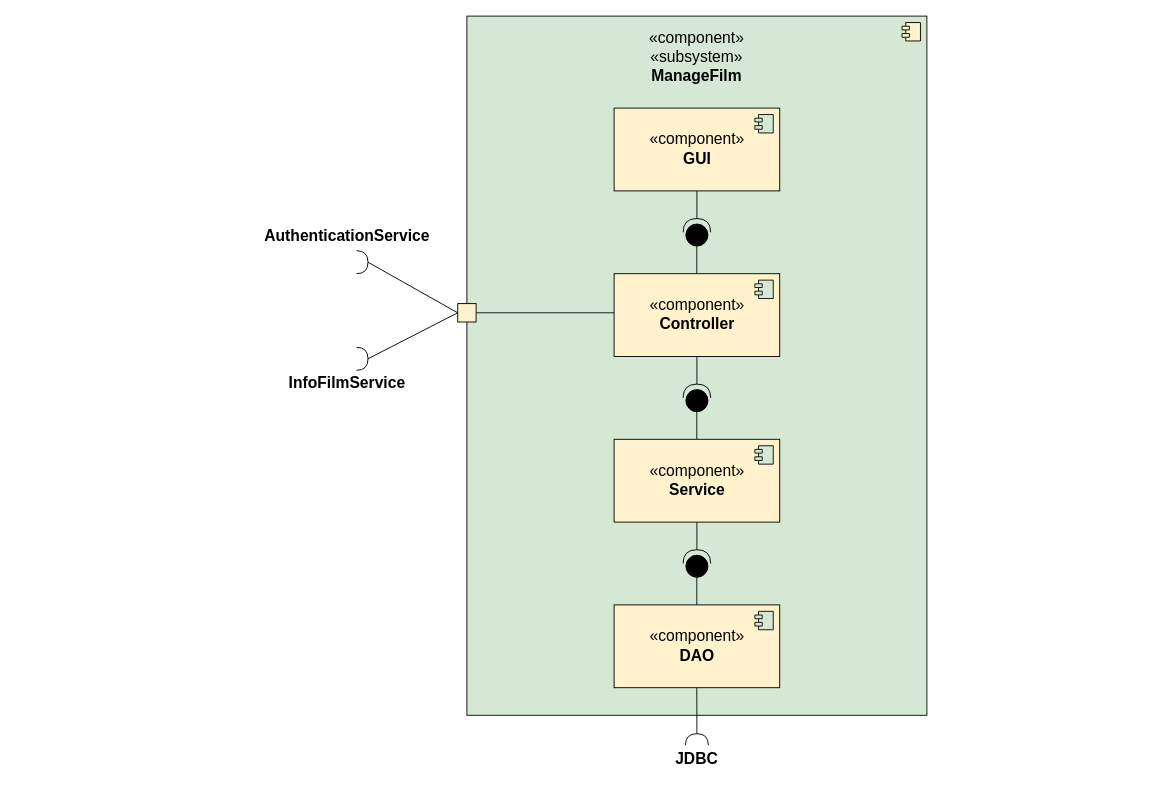
This is page "Page-3" (3 of 10) of Docs/Architectural Diagram.drawio from BlooDMasK/UniCinema, a draw.io file, before an edit. Source tidied: cells renumbered, new cells numbered last; positions are measured from the earlier drawing's top-left corner, leaving out a move shared by most shapes. Both pictures are drawn from the tidied source at 92%, with x=0, y=0 at pixel (319, 16).
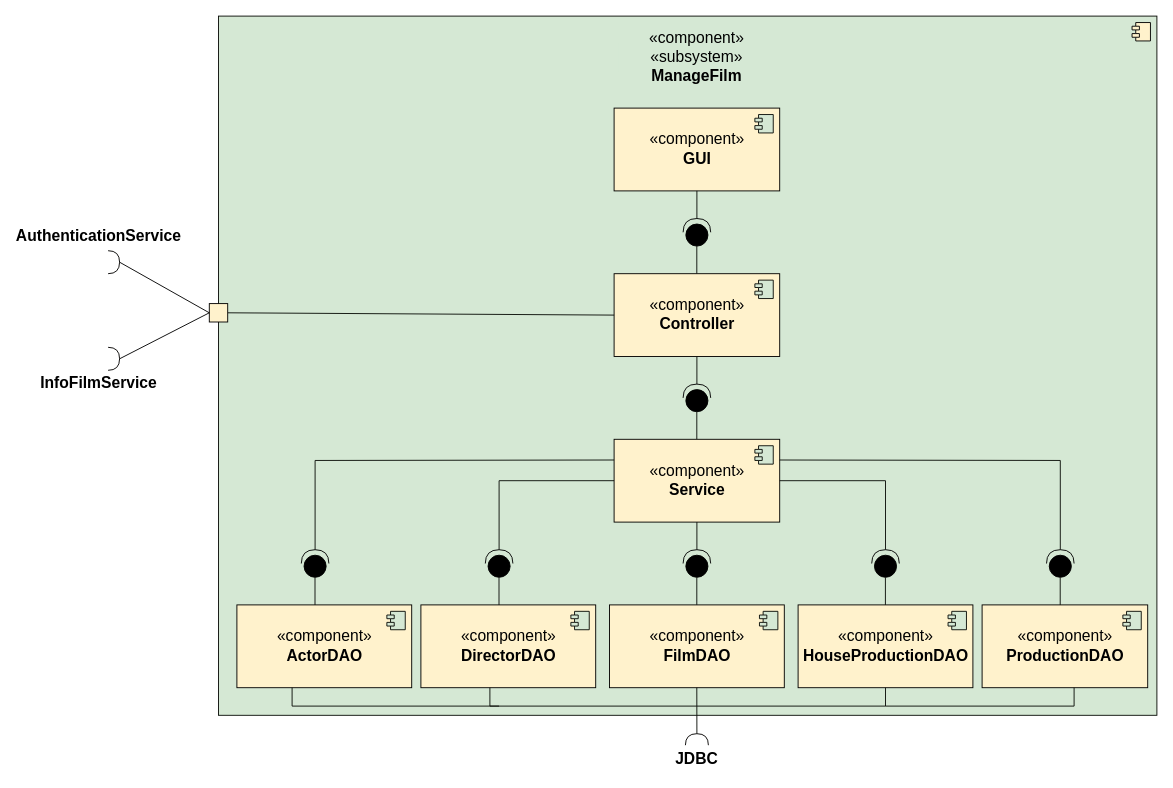
The same page after the edit.

Unchanged cells that the change refers to:
```xml
<mxCell id="10" value="«component»&lt;br&gt;&lt;b&gt;Controller&lt;/b&gt;" style="html=1;fontSize=17;strokeColor=#030201;fillColor=#fff2cc;" parent="1" vertex="1">
  <mxGeometry x="320" y="280" width="180" height="90" as="geometry" />
</mxCell>
<mxCell id="15" value="«component»&lt;br&gt;&lt;b&gt;Service&lt;/b&gt;" style="html=1;fontSize=17;strokeColor=#030201;fillColor=#fff2cc;" parent="1" vertex="1">
  <mxGeometry x="320" y="460" width="180" height="90" as="geometry" />
</mxCell>
```

The edit, as a diff of the source:
```diff
@@
     <mxCell id="2" style="html=1;fontSize=17;strokeColor=#090D07;fillColor=#d5e8d4;" parent="1" vertex="1">
-      <mxGeometry x="160" width="500" height="760" as="geometry" />
+      <mxGeometry x="-110" width="1020" height="760" as="geometry" />
     </mxCell>
@@
-    <mxCell id="20" value="«component»&lt;br&gt;&lt;b&gt;DAO&lt;/b&gt;" style="html=1;fontSize=17;strokeColor=#030201;fillColor=#fff2cc;" parent="1" vertex="1">
-      <mxGeometry x="320" y="640" width="180" height="90" as="geometry" />
+    <mxCell id="20" value="«component»&lt;br&gt;&lt;b&gt;FilmDAO&lt;/b&gt;" style="html=1;fontSize=17;strokeColor=#030201;fillColor=#fff2cc;" parent="1" vertex="1">
+      <mxGeometry x="315" y="640" width="190" height="90" as="geometry" />
     </mxCell>
@@
-    <mxCell id="25" style="endArrow=none;html=1;rounded=0;fontSize=17;strokeColor=#090D07;entryX=0;entryY=0.5;entryDx=0;entryDy=0;fillColor=#d5e8d4;exitX=1;exitY=0.5;exitDx=0;exitDy=0;" parent="1" edge="1" source="26">
-      <mxGeometry relative="1" as="geometry">
-        <mxPoint x="320" y="322.5" as="targetPoint" />
-      </mxGeometry>
+    <mxCell id="25" style="endArrow=none;html=1;rounded=0;fontSize=17;strokeColor=#090D07;entryX=0;entryY=0.5;entryDx=0;entryDy=0;fillColor=#d5e8d4;exitX=1;exitY=0.5;exitDx=0;exitDy=0;" parent="1" edge="1" source="26" target="10">
+      <mxGeometry relative="1" as="geometry" />
     </mxCell>
     <mxCell id="26" style="whiteSpace=wrap;html=1;fillColor=#fff2cc;strokeColor=#030201;" parent="1" vertex="1">
-      <mxGeometry x="150" y="312.5" width="20" height="20" as="geometry" />
+      <mxGeometry x="-120" y="312.5" width="20" height="20" as="geometry" />
     </mxCell>
     <mxCell id="27" style="shape=requiredInterface;html=1;verticalLabelPosition=bottom;sketch=0;strokeColor=#030201;" parent="1" vertex="1">
-      <mxGeometry x="40" y="255" width="12.5" height="25" as="geometry" />
+      <mxGeometry x="-230" y="255" width="12.5" height="25" as="geometry" />
     </mxCell>
@@
     <mxCell id="29" value="&lt;b style=&quot;font-size: 17px;&quot;&gt;AuthenticationService&lt;/b&gt;" style="text;html=1;strokeColor=none;fillColor=none;align=center;verticalAlign=middle;whiteSpace=wrap;rounded=0;fontSize=17;" parent="1" vertex="1">
-      <mxGeometry y="225" width="60" height="30" as="geometry" />
+      <mxGeometry x="-270" y="225" width="60" height="30" as="geometry" />
     </mxCell>
     <mxCell id="30" style="shape=requiredInterface;html=1;verticalLabelPosition=bottom;sketch=0;strokeColor=#030201;" parent="1" vertex="1">
-      <mxGeometry x="40" y="360" width="12.5" height="25" as="geometry" />
+      <mxGeometry x="-230" y="360" width="12.5" height="25" as="geometry" />
     </mxCell>
@@
     <mxCell id="32" value="&lt;b style=&quot;font-size: 17px&quot;&gt;InfoFilmService&lt;/b&gt;" style="text;html=1;strokeColor=none;fillColor=none;align=center;verticalAlign=middle;whiteSpace=wrap;rounded=0;fontSize=17;" parent="1" vertex="1">
-      <mxGeometry y="385" width="60" height="30" as="geometry" />
+      <mxGeometry x="-270" y="385" width="60" height="30" as="geometry" />
     </mxCell>
+    <mxCell id="33" value="«component»&lt;br&gt;&lt;b&gt;DirectorDAO&lt;/b&gt;" style="html=1;fontSize=17;strokeColor=#030201;fillColor=#fff2cc;" parent="1" vertex="1">
+      <mxGeometry x="110" y="640" width="190" height="90" as="geometry" />
+    </mxCell>
+    <mxCell id="34" style="shape=module;jettyWidth=8;jettyHeight=4;fontSize=17;strokeColor=#090D07;fillColor=#d5e8d4;" parent="33" vertex="1">
+      <mxGeometry x="1" width="20" height="20" relative="1" as="geometry">
+        <mxPoint x="-27" y="7" as="offset" />
+      </mxGeometry>
+    </mxCell>
+    <mxCell id="35" value="«component»&lt;br&gt;&lt;b&gt;HouseProductionDAO&lt;/b&gt;" style="html=1;fontSize=17;strokeColor=#030201;fillColor=#fff2cc;" parent="1" vertex="1">
+      <mxGeometry x="520" y="640" width="190" height="90" as="geometry" />
+    </mxCell>
+    <mxCell id="36" style="shape=module;jettyWidth=8;jettyHeight=4;fontSize=17;strokeColor=#090D07;fillColor=#d5e8d4;" parent="35" vertex="1">
+      <mxGeometry x="1" width="20" height="20" relative="1" as="geometry">
+        <mxPoint x="-27" y="7" as="offset" />
+      </mxGeometry>
+    </mxCell>
+    <mxCell id="37" value="«component»&lt;br&gt;&lt;b&gt;ProductionDAO&lt;/b&gt;" style="html=1;fontSize=17;strokeColor=#030201;fillColor=#fff2cc;" parent="1" vertex="1">
+      <mxGeometry x="720" y="640" width="180" height="90" as="geometry" />
+    </mxCell>
+    <mxCell id="38" style="shape=module;jettyWidth=8;jettyHeight=4;fontSize=17;strokeColor=#090D07;fillColor=#d5e8d4;" parent="37" vertex="1">
+      <mxGeometry x="1" width="20" height="20" relative="1" as="geometry">
+        <mxPoint x="-27" y="7" as="offset" />
+      </mxGeometry>
+    </mxCell>
+    <mxCell id="39" value="«component»&lt;br&gt;&lt;b&gt;ActorDAO&lt;/b&gt;" style="html=1;fontSize=17;strokeColor=#030201;fillColor=#fff2cc;" parent="1" vertex="1">
+      <mxGeometry x="-90" y="640" width="190" height="90" as="geometry" />
+    </mxCell>
+    <mxCell id="40" style="shape=module;jettyWidth=8;jettyHeight=4;fontSize=17;strokeColor=#090D07;fillColor=#d5e8d4;" parent="39" vertex="1">
+      <mxGeometry x="1" width="20" height="20" relative="1" as="geometry">
+        <mxPoint x="-27" y="7" as="offset" />
+      </mxGeometry>
+    </mxCell>
+    <mxCell id="41" style="endArrow=none;html=1;rounded=0;fontSize=17;strokeColor=#090D07;entryX=0;entryY=0.5;entryDx=0;entryDy=0;exitX=1;exitY=0.5;exitDx=0;exitDy=0;exitPerimeter=0;fillColor=#d5e8d4;" parent="1" edge="1" target="15">
+      <mxGeometry relative="1" as="geometry">
+        <mxPoint x="195" y="580" as="sourcePoint" />
+        <Array as="points">
+          <mxPoint x="195" y="505" />
+        </Array>
+      </mxGeometry>
+    </mxCell>
+    <mxCell id="42" style="shape=providedRequiredInterface;html=1;verticalLabelPosition=bottom;sketch=0;fillColor=#000000;rotation=-90;" parent="1" vertex="1">
+      <mxGeometry x="180" y="580" width="30" height="30" as="geometry" />
+    </mxCell>
+    <mxCell id="43" style="endArrow=none;html=1;rounded=0;fontSize=17;strokeColor=#090D07;entryX=0.5;entryY=1;entryDx=0;entryDy=0;exitX=1;exitY=0.5;exitDx=0;exitDy=0;exitPerimeter=0;fillColor=#d5e8d4;" parent="1" edge="1">
+      <mxGeometry relative="1" as="geometry">
+        <mxPoint x="194.9" y="640" as="sourcePoint" />
+        <mxPoint x="194.9" y="610" as="targetPoint" />
+      </mxGeometry>
+    </mxCell>
+    <mxCell id="44" style="endArrow=none;html=1;rounded=0;fontSize=17;strokeColor=#090D07;entryX=0;entryY=0.25;entryDx=0;entryDy=0;exitX=1;exitY=0.5;exitDx=0;exitDy=0;exitPerimeter=0;fillColor=#d5e8d4;" parent="1" edge="1" target="15">
+      <mxGeometry relative="1" as="geometry">
+        <mxPoint x="-5" y="580" as="sourcePoint" />
+        <Array as="points">
+          <mxPoint x="-5" y="483" />
+        </Array>
+      </mxGeometry>
+    </mxCell>
+    <mxCell id="45" style="shape=providedRequiredInterface;html=1;verticalLabelPosition=bottom;sketch=0;fillColor=#000000;rotation=-90;" parent="1" vertex="1">
+      <mxGeometry x="-20" y="580" width="30" height="30" as="geometry" />
+    </mxCell>
+    <mxCell id="46" style="endArrow=none;html=1;rounded=0;fontSize=17;strokeColor=#090D07;entryX=0.5;entryY=1;entryDx=0;entryDy=0;exitX=1;exitY=0.5;exitDx=0;exitDy=0;exitPerimeter=0;fillColor=#d5e8d4;" parent="1" edge="1">
+      <mxGeometry relative="1" as="geometry">
+        <mxPoint x="-5.1" y="640" as="sourcePoint" />
+        <mxPoint x="-5.1" y="610" as="targetPoint" />
+      </mxGeometry>
+    </mxCell>
+    <mxCell id="47" style="endArrow=none;html=1;rounded=0;fontSize=17;strokeColor=#090D07;entryX=1;entryY=0.5;entryDx=0;entryDy=0;exitX=1;exitY=0.5;exitDx=0;exitDy=0;exitPerimeter=0;fillColor=#d5e8d4;" parent="1" edge="1" target="15">
+      <mxGeometry relative="1" as="geometry">
+        <mxPoint x="615" y="580" as="sourcePoint" />
+        <Array as="points">
+          <mxPoint x="615" y="505" />
+        </Array>
+      </mxGeometry>
+    </mxCell>
+    <mxCell id="48" style="shape=providedRequiredInterface;html=1;verticalLabelPosition=bottom;sketch=0;fillColor=#000000;rotation=-90;" parent="1" vertex="1">
+      <mxGeometry x="600" y="580" width="30" height="30" as="geometry" />
+    </mxCell>
+    <mxCell id="49" style="endArrow=none;html=1;rounded=0;fontSize=17;strokeColor=#090D07;entryX=0.5;entryY=1;entryDx=0;entryDy=0;exitX=1;exitY=0.5;exitDx=0;exitDy=0;exitPerimeter=0;fillColor=#d5e8d4;" parent="1" edge="1">
+      <mxGeometry relative="1" as="geometry">
+        <mxPoint x="614.9" y="640" as="sourcePoint" />
+        <mxPoint x="614.9" y="610" as="targetPoint" />
+      </mxGeometry>
+    </mxCell>
+    <mxCell id="50" style="endArrow=none;html=1;rounded=0;fontSize=17;strokeColor=#090D07;entryX=1;entryY=0.25;entryDx=0;entryDy=0;exitX=1;exitY=0.5;exitDx=0;exitDy=0;exitPerimeter=0;fillColor=#d5e8d4;" parent="1" edge="1" target="15">
+      <mxGeometry relative="1" as="geometry">
+        <mxPoint x="805" y="580" as="sourcePoint" />
+        <Array as="points">
+          <mxPoint x="805" y="483" />
+        </Array>
+      </mxGeometry>
+    </mxCell>
+    <mxCell id="51" style="shape=providedRequiredInterface;html=1;verticalLabelPosition=bottom;sketch=0;fillColor=#000000;rotation=-90;" parent="1" vertex="1">
+      <mxGeometry x="790" y="580" width="30" height="30" as="geometry" />
+    </mxCell>
+    <mxCell id="52" style="endArrow=none;html=1;rounded=0;fontSize=17;strokeColor=#090D07;entryX=0.5;entryY=1;entryDx=0;entryDy=0;exitX=1;exitY=0.5;exitDx=0;exitDy=0;exitPerimeter=0;fillColor=#d5e8d4;" parent="1" edge="1">
+      <mxGeometry relative="1" as="geometry">
+        <mxPoint x="804.9" y="640" as="sourcePoint" />
+        <mxPoint x="804.9" y="610" as="targetPoint" />
+      </mxGeometry>
+    </mxCell>
+    <mxCell id="53" style="endArrow=none;html=1;rounded=0;fontSize=17;strokeColor=#090D07;entryX=0.5;entryY=1;entryDx=0;entryDy=0;fillColor=#d5e8d4;" parent="1" edge="1" target="35">
+      <mxGeometry relative="1" as="geometry">
+        <mxPoint x="410" y="750" as="sourcePoint" />
+        <Array as="points">
+          <mxPoint x="615" y="750" />
+        </Array>
+      </mxGeometry>
+    </mxCell>
+    <mxCell id="54" style="endArrow=none;html=1;rounded=0;fontSize=17;strokeColor=#090D07;entryX=0.5;entryY=1;entryDx=0;entryDy=0;fillColor=#d5e8d4;" parent="1" edge="1">
+      <mxGeometry relative="1" as="geometry">
+        <mxPoint x="615" y="750" as="sourcePoint" />
+        <mxPoint x="820" y="730" as="targetPoint" />
+        <Array as="points">
+          <mxPoint x="820" y="750" />
+        </Array>
+      </mxGeometry>
+    </mxCell>
+    <mxCell id="55" style="endArrow=none;html=1;rounded=0;fontSize=17;strokeColor=#090D07;entryX=0.5;entryY=1;entryDx=0;entryDy=0;fillColor=#d5e8d4;" parent="1" edge="1">
+      <mxGeometry relative="1" as="geometry">
+        <mxPoint x="410" y="750" as="sourcePoint" />
+        <mxPoint x="185" y="730" as="targetPoint" />
+        <Array as="points">
+          <mxPoint x="185" y="750" />
+        </Array>
+      </mxGeometry>
+    </mxCell>
+    <mxCell id="56" style="endArrow=none;html=1;rounded=0;fontSize=17;strokeColor=#090D07;entryX=0.5;entryY=1;entryDx=0;entryDy=0;fillColor=#d5e8d4;" parent="1" edge="1">
+      <mxGeometry relative="1" as="geometry">
+        <mxPoint x="195" y="750" as="sourcePoint" />
+        <mxPoint x="-30" y="730" as="targetPoint" />
+        <Array as="points">
+          <mxPoint x="-30" y="750" />
+        </Array>
+      </mxGeometry>
+    </mxCell>
```
